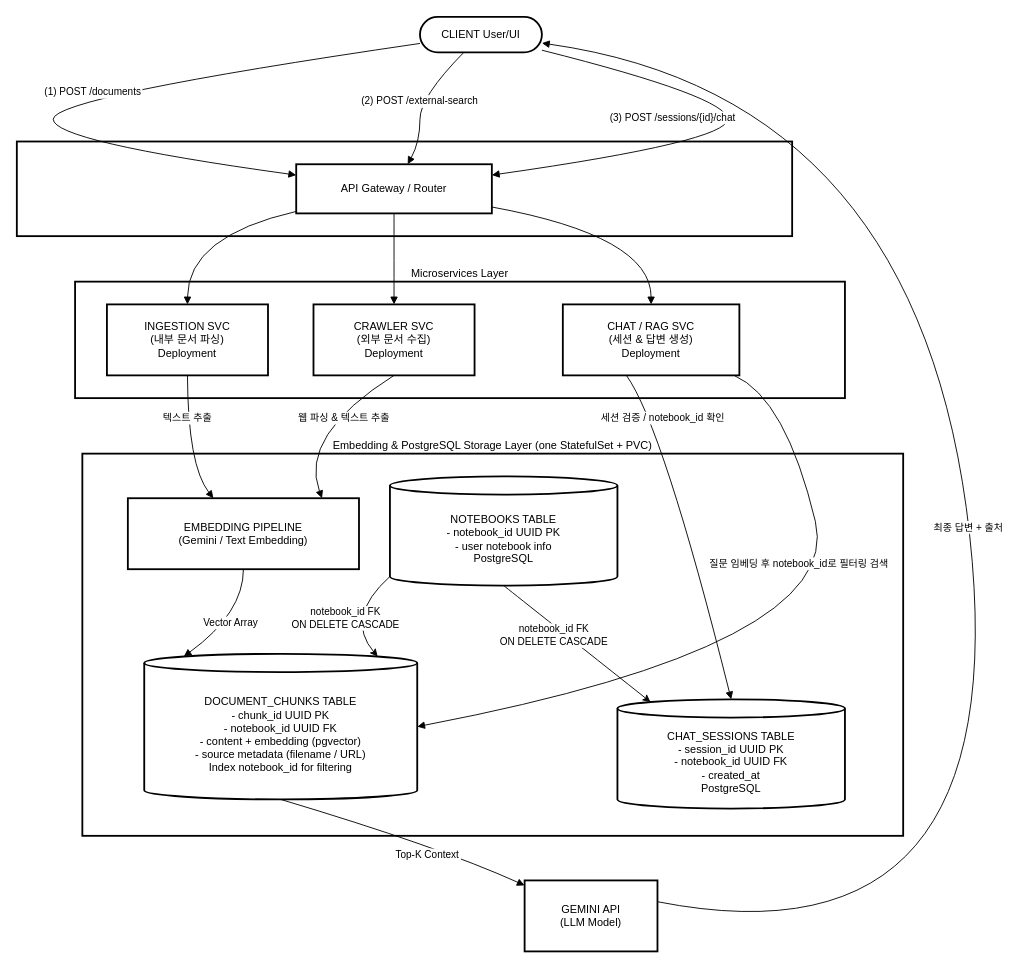
Before: docs/dataflow.drawio in CloudAndEngineer/Technical_Docs_Search_Service, a draw.io diagram. Source tidied: cells renumbered, new cells numbered last; positions are measured from the earlier drawing's top-left corner, leaving out a move shared by most shapes. Both pictures are drawn from the tidied source at 91%, with x=0, y=0 at pixel (16, 16).
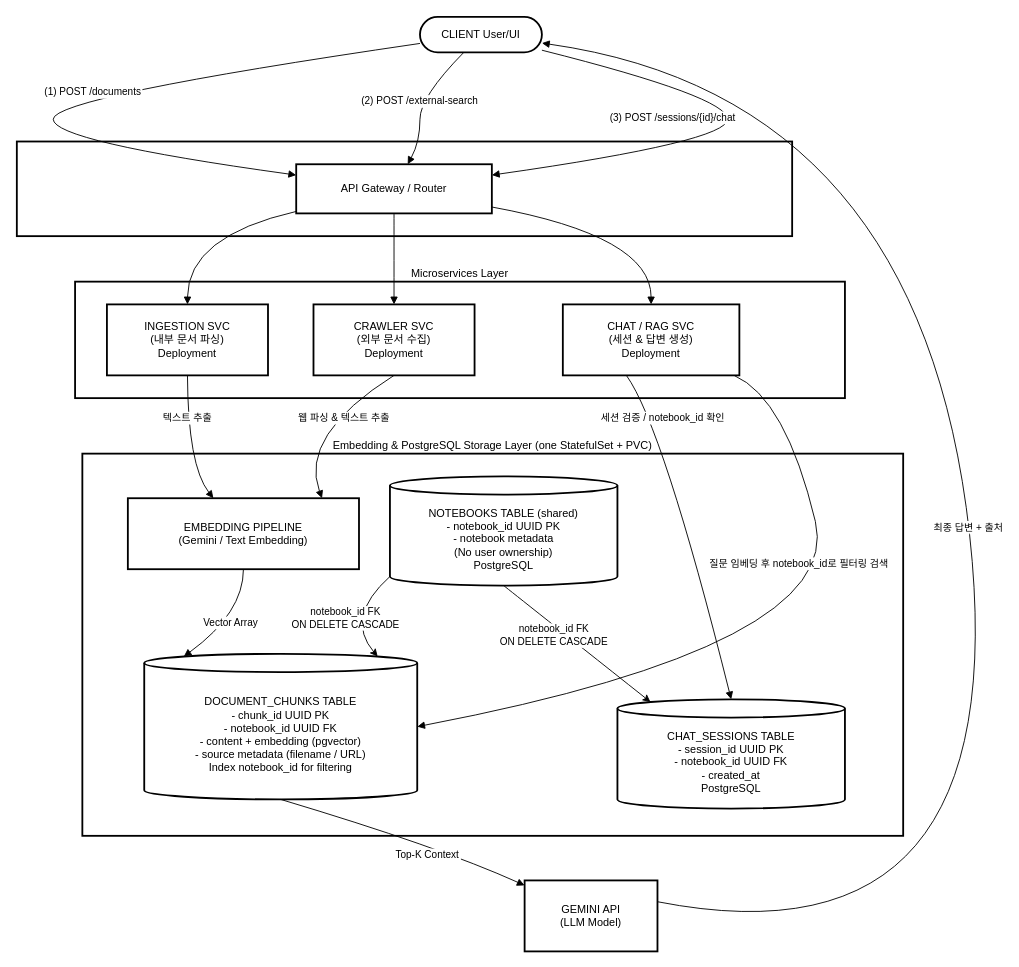
After the change.

Commit message:
Docs : Remove redis dependency on dataflow

Change to the diagram source:
```diff
@@
-    <mxCell id="11" value="NOTEBOOKS TABLE&#10;- notebook_id UUID PK&#10;- user notebook info&#10;PostgreSQL" style="shape=cylinder3;boundedLbl=1;backgroundOutline=1;size=10;strokeWidth=2;whiteSpace=wrap;" parent="1" vertex="1">
+    <mxCell id="11" value="NOTEBOOKS TABLE (shared)&#10;- notebook_id UUID PK&#10;- notebook metadata&#10;(No user ownership)&#10;PostgreSQL" style="shape=cylinder3;boundedLbl=1;backgroundOutline=1;size=10;strokeWidth=2;whiteSpace=wrap;" parent="1" vertex="1">
       <mxGeometry x="410" y="505" width="250" height="120" as="geometry" />
     </mxCell>
```
